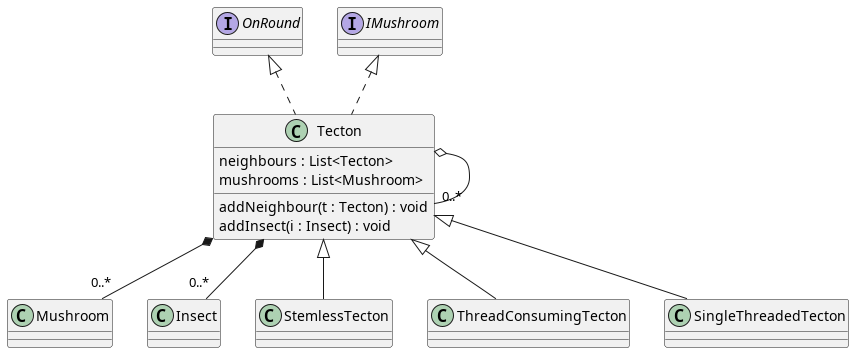
Above: out/4/classes/map/tecton/tecton.png in Petya-G/fungorium (PlantUML), before the change.
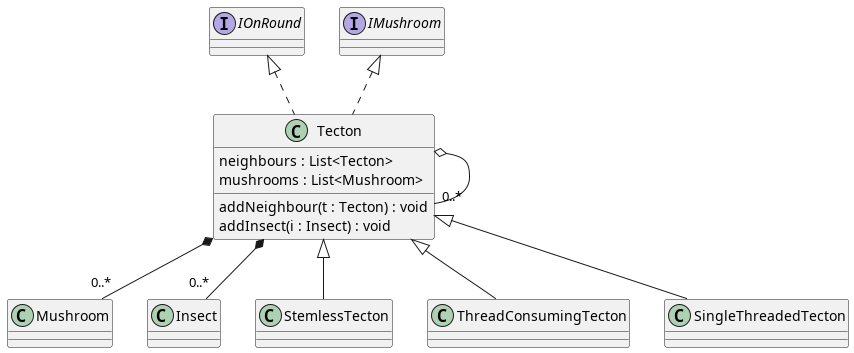
The same file after the commit.

Change to the diagram source:
```diff
@@ -3,7 +3,7 @@
 Tecton *-- "0..*" Mushroom
 Tecton *-- "0..*" Insect
 Tecton o-- "0..*" Tecton
-class Tecton implements OnRound, IMushroom{
+class Tecton implements IOnRound, IMushroom{
     neighbours : List<Tecton>
     mushrooms : List<Mushroom>
     addNeighbour(t : Tecton) : void
```
